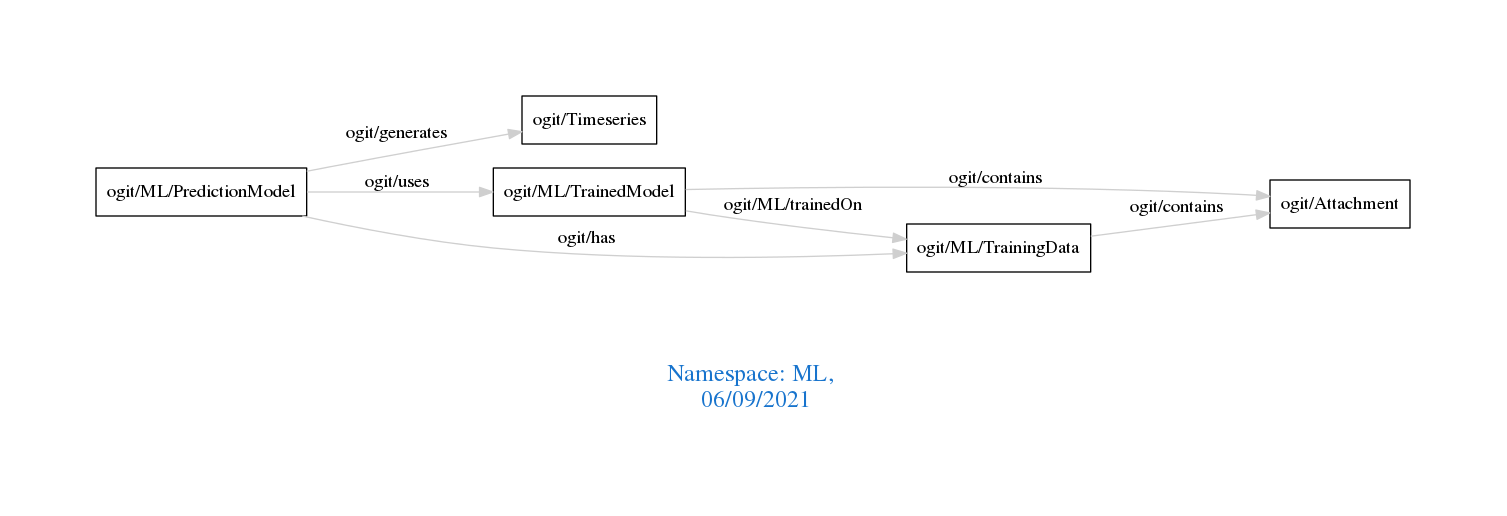
The Graphviz diagram downloads/ML.png in arago/OGIT, before a commit. Its source is kept beside it as downloads/ML.dot.
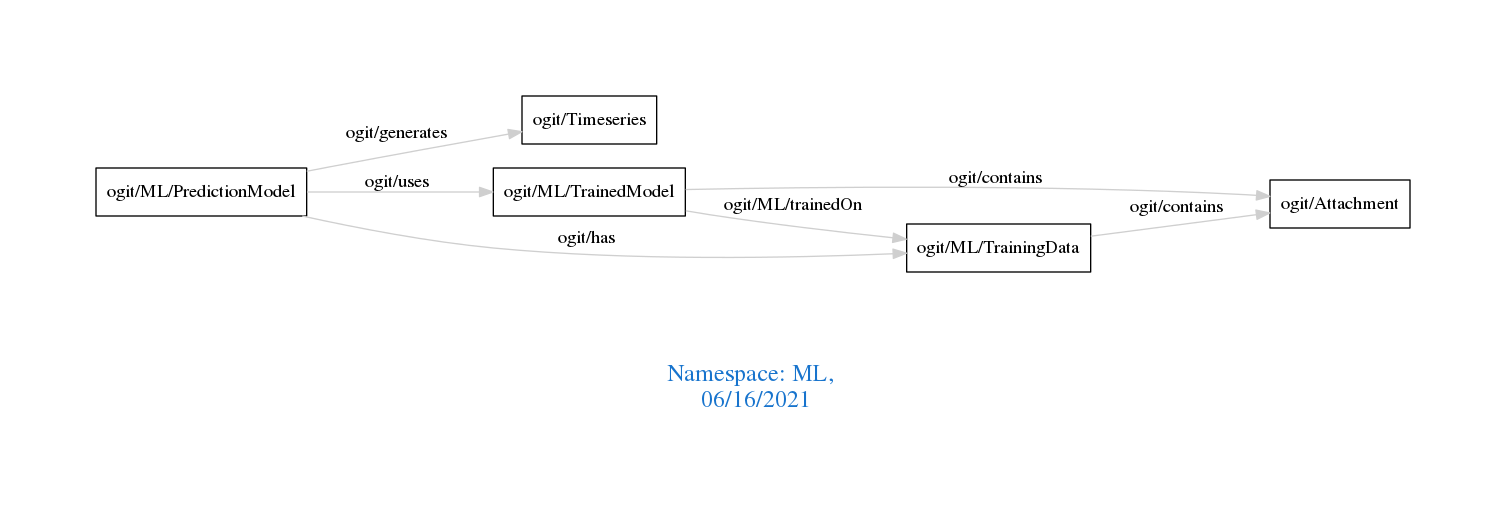
The same diagram one commit later.

The edit, as a diff of the source:
```diff
@@ -1,7 +1,7 @@
 digraph OGIT_ontology {
  graph [ rankdir= LR,pad=1
 fontsize = 18,
-fontcolor= dodgerblue3,label = "\n\n\nNamespace: ML, \n 06/09/2021"];
+fontcolor= dodgerblue3,label = "\n\n\nNamespace: ML, \n 06/16/2021"];
 node[shape=polygon];
 edge [  color="gray81"];
 
```
